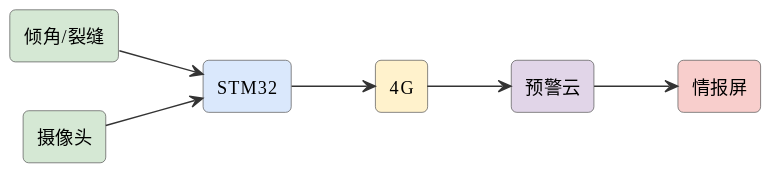
Before: assets/diagrams/ideas-fig39.svg, a diagram exported from PlantUML (mingyi0818/IntelligentMcuCourse).
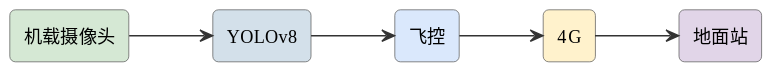
The same file after the commit.

What changed in the source:
```diff
@@ -6,15 +6,13 @@
 skinparam arrowFontSize 11
 skinparam arrowColor #333
 left to right direction
-rectangle "倾角/裂缝" as s #d5e8d4
-rectangle "STM32" as stm #dae8fc
-rectangle "摄像头" as cam #d5e8d4
+rectangle "机载摄像头" as cam #d5e8d4
+rectangle "YOLOv8" as ai #d3e0ea
+rectangle "飞控" as fc #dae8fc
 rectangle "4G" as g #fff2cc
-rectangle "预警云" as cloud #e1d5e8
-rectangle "情报屏" as scr #f8cecc
-s --> stm
-cam --> stm
-stm --> g
-g --> cloud
-cloud --> scr
+rectangle "地面站" as gs #e1d5e8
+cam --> ai
+ai --> fc
+fc --> g
+g --> gs
 @enduml
```
